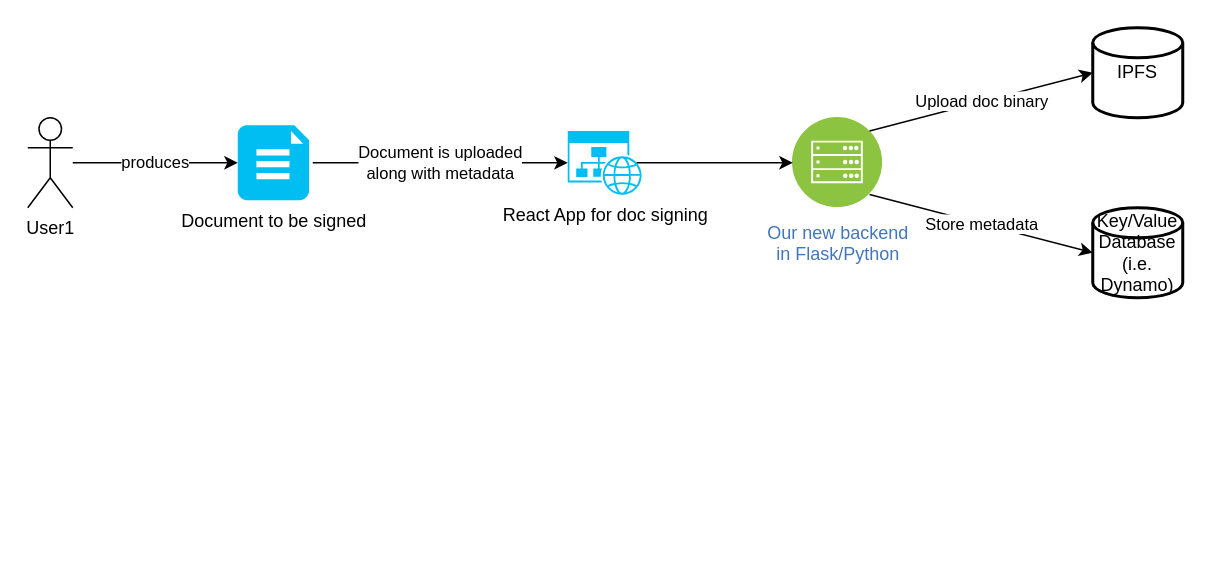
Earlier version of the draw.io diagram Untitled Diagram.drawio (wiktorjl/eth_docsigning). Source tidied: cells renumbered, new cells numbered last; positions are measured from the earlier drawing's top-left corner, leaving out a move shared by most shapes. Both pictures are drawn from the tidied source at 150%, with x=0, y=0 at pixel (27, 27).
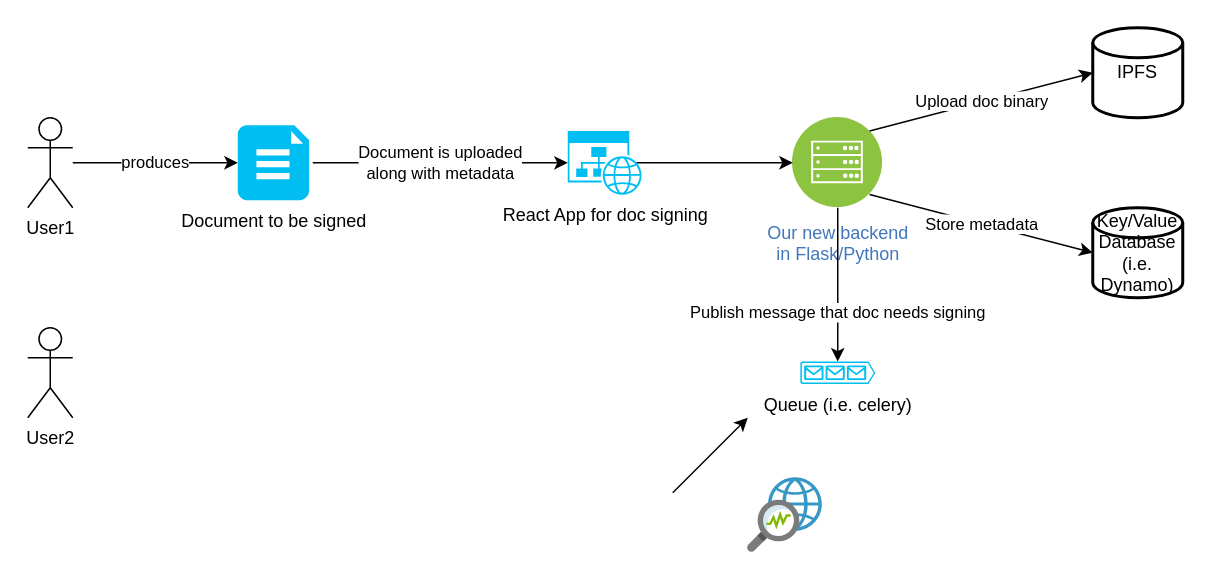
Above is the later version.

Change to the diagram source:
```diff
@@
 <mxGraphModel>
   <root>
     <mxCell id="0" />
     <mxCell id="1" parent="0" />
     <mxCell id="2" value="produces" style="edgeStyle=orthogonalEdgeStyle;rounded=0;jettySize=auto;html=1;" parent="1" edge="1" source="3" target="4">
       <mxGeometry relative="1" as="geometry" />
     </mxCell>
     <mxCell id="3" value="User1" style="shape=umlActor;verticalLabelPosition=bottom;verticalAlign=top;html=1;outlineConnect=0;" parent="1" vertex="1">
       <mxGeometry y="60" width="30" height="60" as="geometry" />
     </mxCell>
     <mxCell id="4" value="Document to be signed" style="verticalLabelPosition=bottom;html=1;verticalAlign=top;align=center;strokeColor=none;fillColor=#00BEF2;shape=mxgraph.azure.file_2;" parent="1" vertex="1">
       <mxGeometry x="140" y="65" width="47.5" height="50" as="geometry" />
     </mxCell>
     <mxCell id="5" value="IPFS" style="strokeWidth=2;html=1;shape=mxgraph.flowchart.database;whiteSpace=wrap;" parent="1" vertex="1">
       <mxGeometry x="710" width="60" height="60" as="geometry" />
     </mxCell>
     <mxCell id="6" value="React App for doc signing" style="verticalLabelPosition=bottom;html=1;verticalAlign=top;align=center;strokeColor=none;fillColor=#00BEF2;shape=mxgraph.azure.website_generic;" parent="1" vertex="1">
       <mxGeometry x="360" y="68.8" width="50" height="42.5" as="geometry" />
     </mxCell>
     <mxCell id="7" value="Document is uploaded &lt;br&gt;along with metadata" style="endArrow=classic;html=1;rounded=0;entryX=0;entryY=0.5;entryDx=0;entryDy=0;entryPerimeter=0;" parent="1" edge="1" target="6">
       <mxGeometry relative="1" as="geometry">
         <mxPoint x="190" y="90" as="sourcePoint" />
       </mxGeometry>
     </mxCell>
     <mxCell id="8" value="Our new backend&lt;br&gt;in Flask/Python" style="perimeter=ellipsePerimeter;html=1;align=center;shadow=0;dashed=0;fontColor=#4277BB;labelBackgroundColor=#ffffff;fontSize=12;spacingTop=3;image;image=img/lib/ibm/infrastructure/mobile_backend.svg;" parent="1" vertex="1">
       <mxGeometry x="510" y="60" width="60" height="60" as="geometry" />
     </mxCell>
     <mxCell id="9" style="endArrow=classic;html=1;rounded=0;exitX=0.92;exitY=0.5;exitDx=0;exitDy=0;exitPerimeter=0;entryX=0;entryY=0.5;entryDx=0;entryDy=0;" parent="1" edge="1" source="6" target="8">
       <mxGeometry relative="1" as="geometry" />
     </mxCell>
     <mxCell id="10" value="Upload doc binary" style="endArrow=classic;html=1;rounded=0;exitX=1;exitY=0;exitDx=0;exitDy=0;entryX=0;entryY=0.5;entryDx=0;entryDy=0;entryPerimeter=0;" parent="1" edge="1" source="8" target="5">
       <mxGeometry relative="1" as="geometry" />
     </mxCell>
     <mxCell id="11" value="Store metadata" style="endArrow=classic;html=1;rounded=0;entryX=0;entryY=0.5;entryDx=0;entryDy=0;entryPerimeter=0;exitX=1;exitY=1;exitDx=0;exitDy=0;" parent="1" edge="1" source="8" target="12">
       <mxGeometry relative="1" as="geometry" />
     </mxCell>
     <mxCell id="12" value="Key/Value Database (i.e. Dynamo)" style="strokeWidth=2;html=1;shape=mxgraph.flowchart.database;whiteSpace=wrap;" parent="1" vertex="1">
       <mxGeometry x="710" y="120" width="60" height="60" as="geometry" />
     </mxCell>
+    <mxCell id="13" value="User2" style="shape=umlActor;verticalLabelPosition=bottom;verticalAlign=top;html=1;" parent="1" vertex="1">
+      <mxGeometry y="200" width="30" height="60" as="geometry" />
+    </mxCell>
+    <mxCell id="14" style="sketch=0;html=1;align=center;image;fontSize=12;image=img/lib/mscae/Network_watcher.svg;" parent="1" vertex="1">
+      <mxGeometry x="480" y="300" width="50" height="50" as="geometry" />
+    </mxCell>
+    <mxCell id="15" style="endArrow=classic;html=1;rounded=0;" parent="1" edge="1">
+      <mxGeometry relative="1" as="geometry">
+        <mxPoint x="430" y="310" as="sourcePoint" />
+        <mxPoint x="480" y="260" as="targetPoint" />
+      </mxGeometry>
+    </mxCell>
+    <mxCell id="16" value="Queue (i.e. celery)" style="verticalLabelPosition=bottom;html=1;verticalAlign=top;align=center;strokeColor=none;fillColor=#00BEF2;shape=mxgraph.azure.queue_generic;" parent="1" vertex="1">
+      <mxGeometry x="515" y="222.5" width="50" height="15" as="geometry" />
+    </mxCell>
+    <mxCell id="17" value="Publish message that doc needs signing" style="endArrow=classic;html=1;rounded=0;exitX=0.5;exitY=1;exitDx=0;exitDy=0;entryX=0.5;entryY=0;entryDx=0;entryDy=0;entryPerimeter=0;" parent="1" edge="1" source="8" target="16">
+      <mxGeometry x="0.37" relative="1" as="geometry" />
+    </mxCell>
   </root>
 </mxGraphModel>
```
